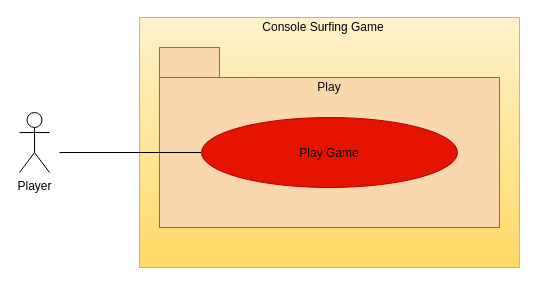
The draw.io diagram docs/diagram/use_case_diagram.drawIO in bgb10/console-surfing-game, before the edit. Source tidied: cells renumbered, new cells numbered last; positions are measured from the earlier drawing's top-left corner, leaving out a move shared by most shapes. Both pictures are drawn from the tidied source at 100%, with x=0, y=0 at pixel (19, 17).
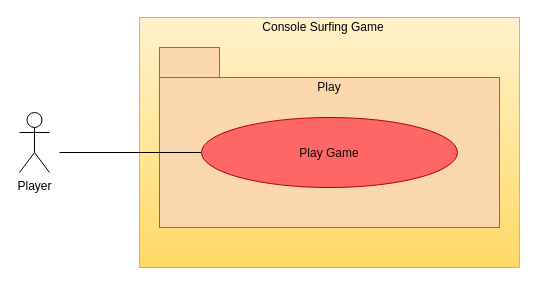
The same page after the edit.

What changed in the source:
```diff
@@
 <mxGraphModel>
   <root>
     <mxCell id="0" />
     <mxCell id="1" parent="0" />
     <mxCell id="2" value="Player" style="shape=umlActor;verticalLabelPosition=bottom;verticalAlign=top;html=1;" parent="1" vertex="1">
       <mxGeometry y="95" width="30" height="60" as="geometry" />
     </mxCell>
     <mxCell id="3" style="html=1;fillColor=#fff2cc;strokeColor=#d6b656;gradientColor=#ffd966;" parent="1" vertex="1">
       <mxGeometry x="120" width="380" height="250" as="geometry" />
     </mxCell>
     <mxCell id="4" value="Console Surfing Game" style="text;html=1;align=center;verticalAlign=middle;whiteSpace=wrap;rounded=0;fontColor=#000000;" parent="1" vertex="1">
       <mxGeometry x="234" width="140" height="20" as="geometry" />
     </mxCell>
     <mxCell id="5" style="html=1;fillColor=#fad7ac;strokeColor=#b46504;" parent="1" vertex="1">
       <mxGeometry x="140" y="60" width="340" height="150" as="geometry" />
     </mxCell>
     <mxCell id="6" style="rounded=0;whiteSpace=wrap;html=1;fillColor=#fad7ac;strokeColor=#b46504;" parent="1" vertex="1">
       <mxGeometry x="140" y="30" width="60" height="30" as="geometry" />
     </mxCell>
     <mxCell id="7" value="Play" style="text;html=1;strokeColor=none;fillColor=none;align=center;verticalAlign=middle;whiteSpace=wrap;rounded=0;fontColor=#080808;" parent="1" vertex="1">
       <mxGeometry x="290" y="60" width="40" height="20" as="geometry" />
     </mxCell>
     <mxCell id="8" style="edgeStyle=orthogonalEdgeStyle;rounded=0;jettySize=auto;html=1;exitX=0;exitY=0.5;exitDx=0;exitDy=0;endArrow=none;endFill=0;fontColor=#0F0F0F;" parent="1" edge="1" source="9">
       <mxGeometry relative="1" as="geometry">
         <mxPoint x="40" y="135" as="targetPoint" />
       </mxGeometry>
     </mxCell>
-    <mxCell id="9" value="Play Game" style="ellipse;fillColor=#e51400;strokeColor=#B20000;fontColor=#0A0A0A;" parent="1" vertex="1">
+    <mxCell id="9" value="Play Game" style="ellipse;strokeColor=#B20000;fontColor=#0A0A0A;fillColor=#FF6666;" parent="1" vertex="1">
       <mxGeometry x="182" y="100" width="256" height="70" as="geometry" />
     </mxCell>
   </root>
 </mxGraphModel>
```
